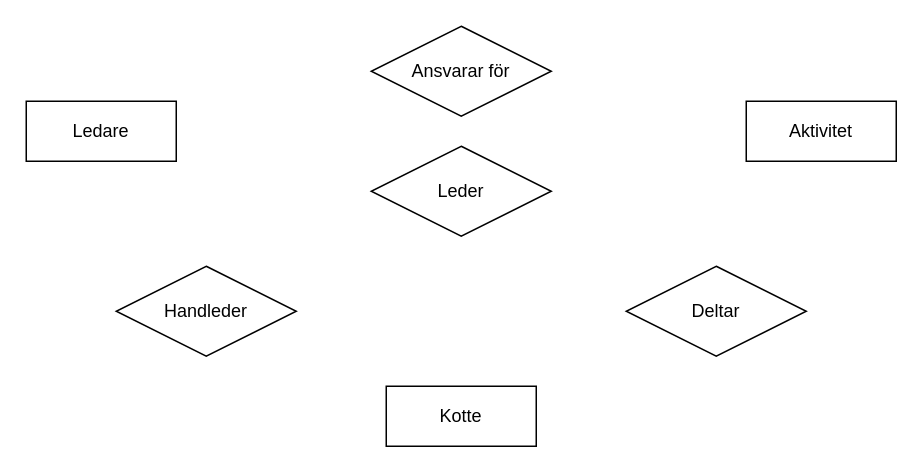
Earlier version of the draw.io diagram Brunflomullar.drawio (Ingelisun/ERmodels). Source tidied: cells renumbered, new cells numbered last; positions are measured from the earlier drawing's top-left corner, leaving out a move shared by most shapes. Both pictures are drawn from the tidied source at 150%, with x=0, y=0 at pixel (26, 26).
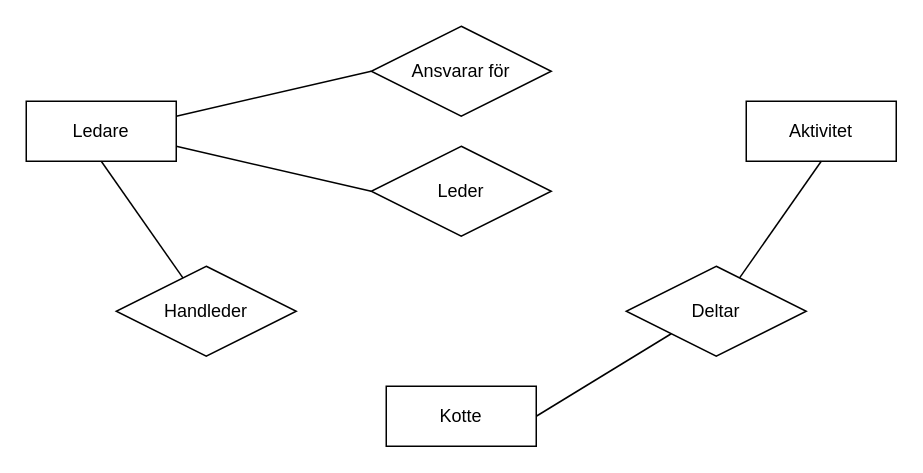
The same diagram, later.

Diff of the diagram source:
```diff
@@
 <mxGraphModel>
   <root>
     <mxCell id="0" />
     <mxCell id="1" parent="0" />
     <mxCell id="2" value="Ledare" style="whiteSpace=wrap;html=1;align=center;" parent="1" vertex="1">
       <mxGeometry y="50" width="100" height="40" as="geometry" />
     </mxCell>
     <mxCell id="3" value="Ansvarar för" style="shape=rhombus;perimeter=rhombusPerimeter;whiteSpace=wrap;html=1;align=center;" parent="1" vertex="1">
       <mxGeometry x="230" width="120" height="60" as="geometry" />
     </mxCell>
     <mxCell id="4" value="Leder" style="shape=rhombus;perimeter=rhombusPerimeter;whiteSpace=wrap;html=1;align=center;" parent="1" vertex="1">
       <mxGeometry x="230" y="80" width="120" height="60" as="geometry" />
     </mxCell>
     <mxCell id="5" value="Aktivitet" style="whiteSpace=wrap;html=1;align=center;" parent="1" vertex="1">
       <mxGeometry x="480" y="50" width="100" height="40" as="geometry" />
     </mxCell>
     <mxCell id="6" value="Kotte" style="whiteSpace=wrap;html=1;align=center;" parent="1" vertex="1">
       <mxGeometry x="240" y="240" width="100" height="40" as="geometry" />
     </mxCell>
     <mxCell id="7" value="Deltar" style="shape=rhombus;perimeter=rhombusPerimeter;whiteSpace=wrap;html=1;align=center;" parent="1" vertex="1">
       <mxGeometry x="400" y="160" width="120" height="60" as="geometry" />
     </mxCell>
     <mxCell id="8" value="Handleder" style="shape=rhombus;perimeter=rhombusPerimeter;whiteSpace=wrap;html=1;align=center;" parent="1" vertex="1">
       <mxGeometry x="60" y="160" width="120" height="60" as="geometry" />
     </mxCell>
+    <mxCell id="9" style="endArrow=none;html=1;rounded=0;entryX=0.5;entryY=1;entryDx=0;entryDy=0;" parent="1" edge="1" source="7" target="5">
+      <mxGeometry relative="1" as="geometry" />
+    </mxCell>
+    <mxCell id="10" style="endArrow=none;html=1;rounded=0;exitX=1;exitY=0.5;exitDx=0;exitDy=0;entryX=0;entryY=1;entryDx=0;entryDy=0;" parent="1" edge="1" source="6" target="7">
+      <mxGeometry relative="1" as="geometry" />
+    </mxCell>
+    <mxCell id="11" style="endArrow=none;html=1;rounded=0;exitX=1;exitY=0.75;exitDx=0;exitDy=0;entryX=0;entryY=0.5;entryDx=0;entryDy=0;" parent="1" edge="1" source="2" target="4">
+      <mxGeometry relative="1" as="geometry" />
+    </mxCell>
+    <mxCell id="12" style="endArrow=none;html=1;rounded=0;exitX=1;exitY=0.25;exitDx=0;exitDy=0;entryX=0;entryY=0.5;entryDx=0;entryDy=0;" parent="1" edge="1" source="2" target="3">
+      <mxGeometry relative="1" as="geometry" />
+    </mxCell>
+    <mxCell id="13" style="endArrow=none;html=1;rounded=0;exitX=0.5;exitY=1;exitDx=0;exitDy=0;" parent="1" edge="1" source="2" target="8">
+      <mxGeometry relative="1" as="geometry" />
+    </mxCell>
   </root>
 </mxGraphModel>
```
